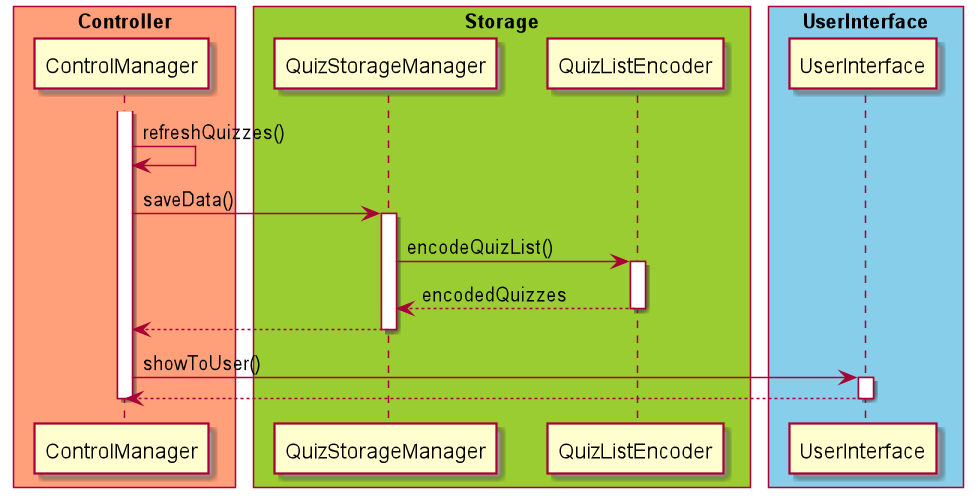
This is docs/diagram/QuizWriteStorage.png from untitle4/tp, a PlantUML export, as it was before one commit. The source it was exported from:
```plantuml
@startuml

skinparam ParticipantPadding 10
skinparam BoxPadding 5

box "Controller" #LightSalmon
participant ControlManager
end box

box "Storage" #YellowGreen
participant QuizStorageManager
participant QuizListEncoder
end box

box "UserInterface" #skyblue
participant UserInterface
end box


activate ControlManager
ControlManager -> ControlManager : refreshQuizzes()
ControlManager -> QuizStorageManager : saveData()
activate QuizStorageManager
QuizStorageManager -> QuizListEncoder : encodeQuizList()
activate QuizListEncoder
QuizListEncoder --> QuizStorageManager : encodedQuizzes
deactivate QuizListEncoder
QuizStorageManager --> ControlManager
deactivate QuizStorageManager
ControlManager -> UserInterface : showToUser()
activate UserInterface
UserInterface --> ControlManager
deactivate UserInterface
deactivate ControlManager

@enduml
```
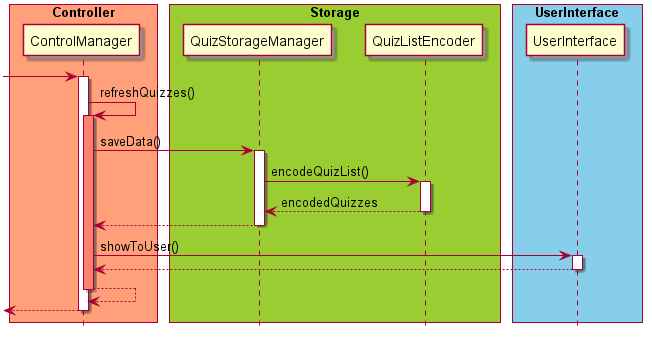
After the commit.

What changed in the source:
```diff
@@ -2,6 +2,7 @@
 
 skinparam ParticipantPadding 10
 skinparam BoxPadding 5
+hide footbox
 
 box "Controller" #LightSalmon
 participant ControlManager
@@ -16,9 +17,10 @@
 participant UserInterface
 end box
 
-
+-> ControlManager
 activate ControlManager
 ControlManager -> ControlManager : refreshQuizzes()
+activate ControlManager #salmon
 ControlManager -> QuizStorageManager : saveData()
 activate QuizStorageManager
 QuizStorageManager -> QuizListEncoder : encodeQuizList()
@@ -31,6 +33,9 @@
 activate UserInterface
 UserInterface --> ControlManager
 deactivate UserInterface
+ControlManager --> ControlManager
+deactivate ControlManager
+<-- ControlManager
 deactivate ControlManager
 
 @enduml
```
